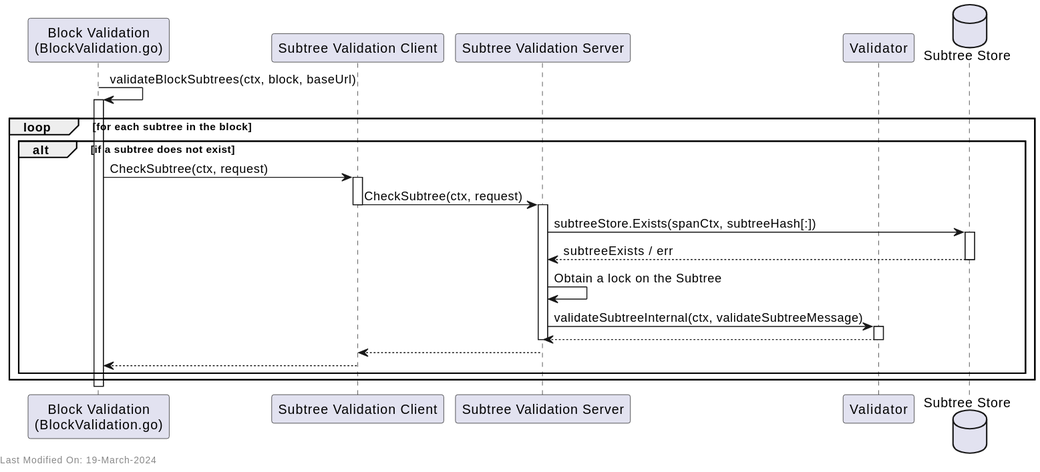
This is docs/services/img/plantuml/subtreevalidation/block_validation_subtree_validation_request.svg from freemans13/teranode, a PlantUML export, as it was before one commit. Its source is kept beside it as docs/services/img/plantuml/subtreevalidation/block_validation_subtree_validation_request.puml.
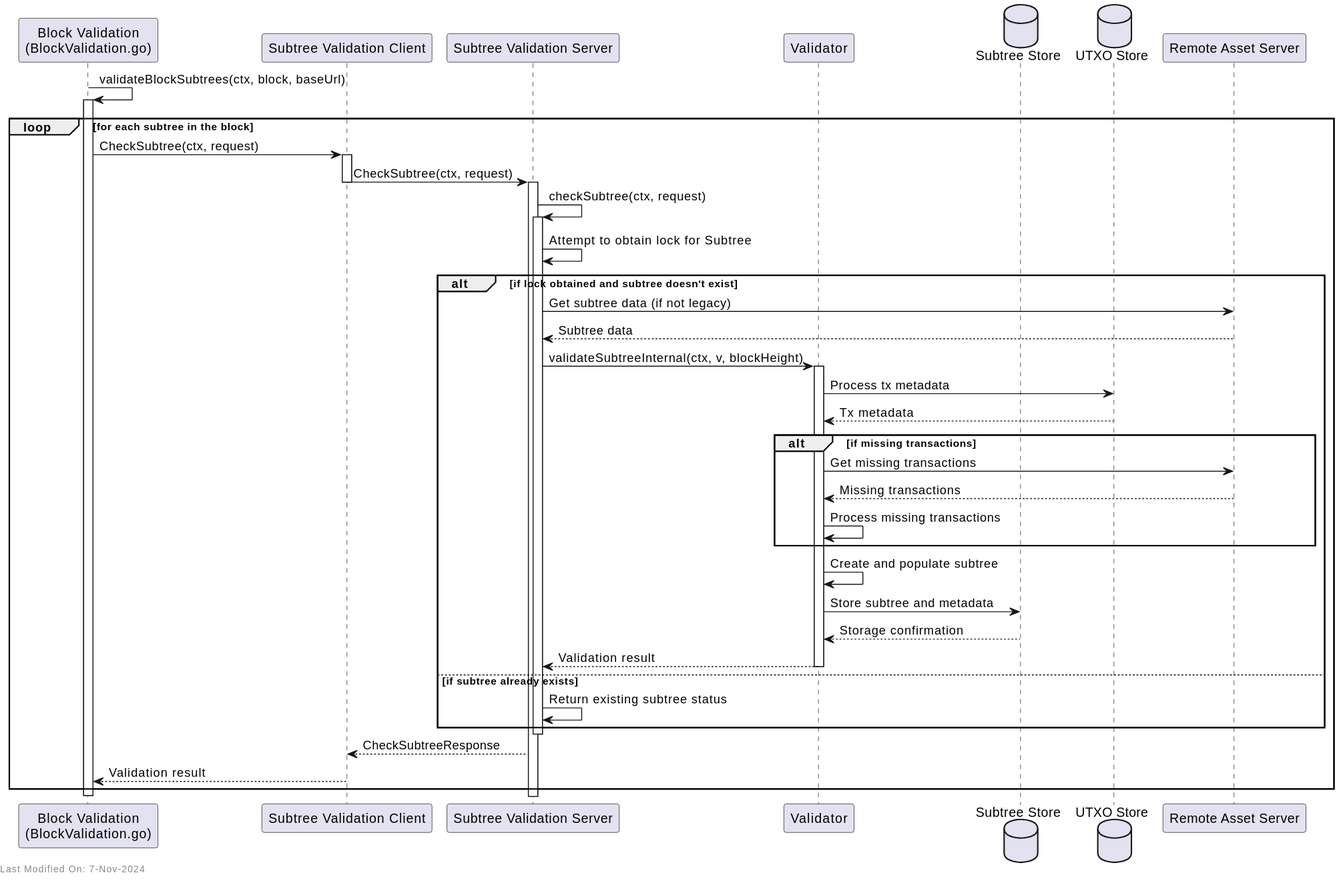
After the commit.

Commit message:
Documentation - restructure Block Validation documentation for better separation of design and reference documents #1398

Diff of the diagram source:
```diff
@@ -4,42 +4,56 @@
 participant "Subtree Validation Server" as SVS
 participant "Validator" as Validator
 database "Subtree Store" as SubtreeStore
+database "UTXO Store" as UTXOStore
+participant "Remote Asset Server" as RemoteServer
 
 BV -> BV: validateBlockSubtrees(ctx, block, baseUrl)
 activate BV
 
 loop for each subtree in the block
+    BV -> SVC: CheckSubtree(ctx, request)
+    activate SVC
+    SVC -> SVS: CheckSubtree(ctx, request)
+    deactivate SVC
+    activate SVS
 
-    alt if a subtree does not exist
-        BV -> SVC: CheckSubtree(ctx, request)
-        activate SVC
-        SVC -> SVS: CheckSubtree(ctx, request)
-        deactivate SVC
-        activate SVS
+    SVS -> SVS: checkSubtree(ctx, request)
+    activate SVS
 
-        SVS -> SubtreeStore: subtreeStore.Exists(spanCtx, subtreeHash[:])
+    SVS -> SVS: Attempt to obtain lock for Subtree
 
-        activate SubtreeStore
-        SubtreeStore --> SVS: subtreeExists / err
-        deactivate SubtreeStore
+    alt if lock obtained and subtree doesn't exist
+        SVS -> RemoteServer: Get subtree data (if not legacy)
+        RemoteServer --> SVS: Subtree data
 
-        SVS -> SVS: Obtain a lock on the Subtree
-
-        SVS -> Validator: validateSubtreeInternal(ctx, validateSubtreeMessage)
+        SVS -> Validator: validateSubtreeInternal(ctx, v, blockHeight)
         activate Validator
 
-        Validator --> SVS
+        Validator -> UTXOStore: Process tx metadata
+        UTXOStore --> Validator: Tx metadata
 
+        alt if missing transactions
+            Validator -> RemoteServer: Get missing transactions
+            RemoteServer --> Validator: Missing transactions
+            Validator -> Validator: Process missing transactions
+        end
+
+        Validator -> Validator: Create and populate subtree
+        Validator -> SubtreeStore: Store subtree and metadata
+        SubtreeStore --> Validator: Storage confirmation
+
+        Validator --> SVS: Validation result
         deactivate Validator
-        deactivate SVS
+    else if subtree already exists
+        SVS -> SVS: Return existing subtree status
+    end
 
-        deactivate Validator
-        SVS --> SVC
-        SVC --> BV
-    end
+    deactivate SVS
+    SVS --> SVC: CheckSubtreeResponse
+    SVC --> BV: Validation result
 end
 
 deactivate BV
+
 left footer Last Modified On: %date("dd-MMM-yyyy")
-
 @enduml
```
